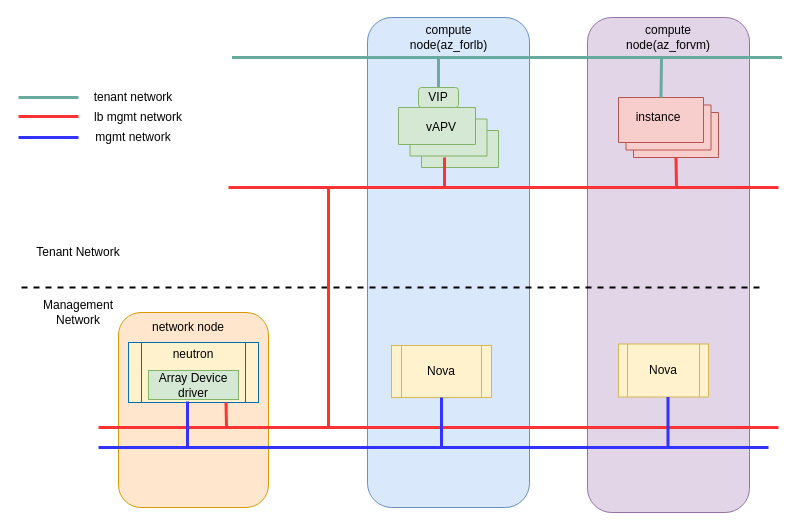
jarod-w/fordraw.io keeps this draw.io diagram as array_deployment_arch.drawio. Above is the earlier version. Source tidied: cells renumbered, new cells numbered last; positions are measured from the earlier drawing's top-left corner, leaving out a move shared by most shapes. Both pictures are drawn from the tidied source at 100%, with x=0, y=0 at pixel (18, 17).
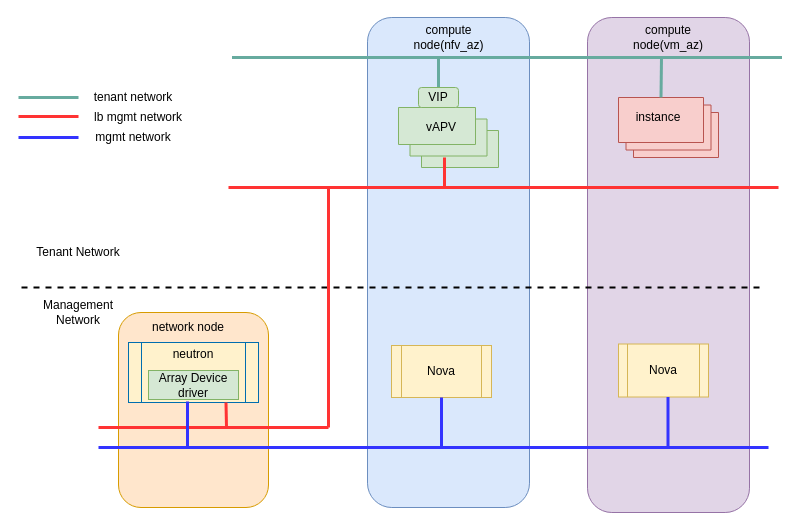
Above is the later version.

Commit message:
Update array_deployment_arch.drawio following jz's suggestion

The change refers to these unchanged cells:
```xml
<mxCell id="29" style="verticalLabelPosition=bottom;verticalAlign=top;html=1;shape=mxgraph.basic.layered_rect;dx=15;outlineConnect=0;fillColor=#f8cecc;strokeColor=#b85450;" parent="1" vertex="1">
  <mxGeometry x="600" y="80" width="100" height="60" as="geometry" />
</mxCell>
```

What changed in the source:
```diff
@@
     <mxCell id="9" style="endArrow=none;html=1;fillColor=#008a00;strokeColor=#FF3333;strokeWidth=3;" parent="1" edge="1">
       <mxGeometry relative="1" as="geometry">
         <mxPoint x="80" y="410" as="sourcePoint" />
-        <mxPoint x="760" y="410" as="targetPoint" />
+        <mxPoint x="310" y="410" as="targetPoint" />
       </mxGeometry>
     </mxCell>
@@
-    <mxCell id="23" value="compute node(az_forlb)" style="text;html=1;strokeColor=none;fillColor=none;align=center;verticalAlign=middle;whiteSpace=wrap;rounded=0;" parent="1" vertex="1">
+    <mxCell id="23" value="compute node(nfv_az)" style="text;html=1;strokeColor=none;fillColor=none;align=center;verticalAlign=middle;whiteSpace=wrap;rounded=0;" parent="1" vertex="1">
       <mxGeometry x="371.5" y="10" width="117" height="20" as="geometry" />
     </mxCell>
-    <mxCell id="24" value="compute node(az_forvm)" style="text;html=1;strokeColor=none;fillColor=none;align=center;verticalAlign=middle;whiteSpace=wrap;rounded=0;" parent="1" vertex="1">
+    <mxCell id="24" value="compute node(vm_az)" style="text;html=1;strokeColor=none;fillColor=none;align=center;verticalAlign=middle;whiteSpace=wrap;rounded=0;" parent="1" vertex="1">
       <mxGeometry x="600" y="5" width="100" height="30" as="geometry" />
     </mxCell>
@@
-    <mxCell id="32" style="endArrow=none;html=1;strokeColor=#FF3333;strokeWidth=3;entryX=0;entryY=0;entryDx=57.5;entryDy=60;entryPerimeter=0;" parent="1" edge="1" target="29">
-      <mxGeometry relative="1" as="geometry">
-        <mxPoint x="658" y="170" as="sourcePoint" />
-      </mxGeometry>
-    </mxCell>
```
